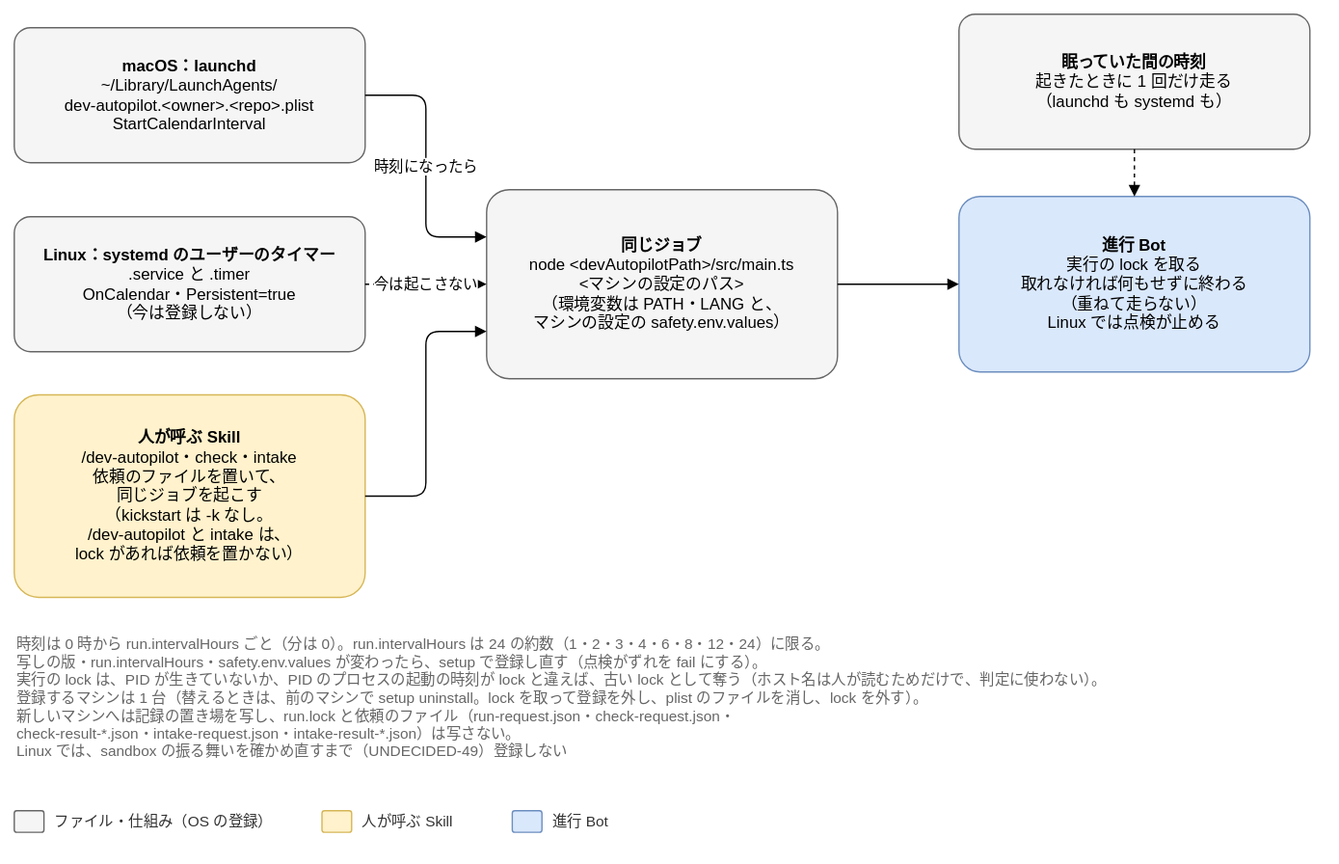
The draw.io diagram docs/design/basic/diagrams/04-schedule.drawio.svg in Joymerrevent/dev-autopilot, before a commit. Source tidied: cells renumbered, new cells last; positions are measured from the earlier drawing's top-left corner, leaving out a move shared by most shapes. The source it was exported from:
```xml
<mxGraphModel background="#ffffff">
  <root>
    <mxCell id="0" />
    <mxCell id="1" parent="0" />
    <mxCell id="2" value="&lt;b&gt;macOS：launchd&lt;/b&gt;&lt;br&gt;~/Library/LaunchAgents/&lt;br&gt;dev-autopilot.&amp;lt;owner&amp;gt;.&amp;lt;repo&amp;gt;.plist&lt;br&gt;StartCalendarInterval" style="rounded=1;whiteSpace=wrap;html=1;fontSize=12;arcSize=12;spacing=12;fillColor=#f5f5f5;strokeColor=#666666;" parent="1" vertex="1">
      <mxGeometry y="10" width="260" height="100" as="geometry" />
    </mxCell>
    <mxCell id="3" value="&lt;b&gt;Linux：systemd のユーザーのタイマー&lt;/b&gt;&lt;br&gt;.service と .timer&lt;br&gt;OnCalendar・Persistent=true&lt;br&gt;（今は登録しない）" style="rounded=1;whiteSpace=wrap;html=1;fontSize=12;arcSize=12;spacing=12;fillColor=#f5f5f5;strokeColor=#666666;" parent="1" vertex="1">
      <mxGeometry y="150" width="260" height="100" as="geometry" />
    </mxCell>
    <mxCell id="4" value="&lt;b&gt;人が呼ぶ Skill&lt;/b&gt;&lt;br&gt;/dev-autopilot・check・intake&lt;br&gt;依頼のファイルを置いて、&lt;br&gt;同じジョブを起こす&lt;br&gt;（kickstart は -k なし。&lt;br&gt;/dev-autopilot と intake は、&lt;br&gt;lock があれば依頼を置かない）" style="rounded=1;whiteSpace=wrap;html=1;fontSize=12;arcSize=12;spacing=12;fillColor=#fff2cc;strokeColor=#d6b656;" parent="1" vertex="1">
      <mxGeometry y="282" width="260" height="150" as="geometry" />
    </mxCell>
    <mxCell id="5" value="&lt;b&gt;同じジョブ&lt;/b&gt;&lt;br&gt;node &amp;lt;devAutopilotPath&amp;gt;/src/main.ts&lt;br&gt;&amp;lt;マシンの設定のパス&amp;gt;&lt;br&gt;（環境変数は PATH・LANG と、&lt;br&gt;マシンの設定の safety.env.values）" style="rounded=1;whiteSpace=wrap;html=1;fontSize=12;arcSize=12;spacing=12;fillColor=#f5f5f5;strokeColor=#666666;" parent="1" vertex="1">
      <mxGeometry x="350" y="130" width="260" height="140" as="geometry" />
    </mxCell>
    <mxCell id="6" value="時刻になったら" style="edgeStyle=orthogonalEdgeStyle;rounded=1;html=1;endArrow=block;endFill=1;fontSize=11;labelBackgroundColor=#ffffff;exitX=1;exitY=0.5;exitDx=0;exitDy=0;entryX=0;entryY=0.25;entryDx=0;entryDy=0;" parent="1" edge="1" source="2" target="5">
      <mxGeometry relative="1" as="geometry" />
    </mxCell>
    <mxCell id="7" value="今は起こさない" style="edgeStyle=orthogonalEdgeStyle;rounded=1;html=1;endArrow=block;endFill=1;fontSize=11;labelBackgroundColor=#ffffff;exitX=1;exitY=0.5;exitDx=0;exitDy=0;entryX=0;entryY=0.5;entryDx=0;entryDy=0;dashed=1;" parent="1" edge="1" source="3" target="5">
      <mxGeometry relative="1" as="geometry" />
    </mxCell>
    <mxCell id="8" style="edgeStyle=orthogonalEdgeStyle;rounded=1;html=1;endArrow=block;endFill=1;fontSize=11;labelBackgroundColor=#ffffff;exitX=1;exitY=0.5;exitDx=0;exitDy=0;entryX=0;entryY=0.75;entryDx=0;entryDy=0;" parent="1" edge="1" source="4" target="5">
      <mxGeometry relative="1" as="geometry" />
    </mxCell>
    <mxCell id="9" value="&lt;b&gt;進行 Bot&lt;/b&gt;&lt;br&gt;実行の lock を取る&lt;br&gt;取れなければ何もせずに終わる&lt;br&gt;（重ねて走らない）&lt;br&gt;Linux では点検が止める" style="rounded=1;whiteSpace=wrap;html=1;fontSize=12;arcSize=12;spacing=12;fillColor=#dae8fc;strokeColor=#6c8ebf;" parent="1" vertex="1">
      <mxGeometry x="700" y="135" width="260" height="130" as="geometry" />
    </mxCell>
    <mxCell id="10" style="edgeStyle=orthogonalEdgeStyle;rounded=1;html=1;endArrow=block;endFill=1;fontSize=11;labelBackgroundColor=#ffffff;exitX=1;exitY=0.5;exitDx=0;exitDy=0;entryX=0;entryY=0.5;entryDx=0;entryDy=0;" parent="1" edge="1" source="5" target="9">
      <mxGeometry relative="1" as="geometry" />
    </mxCell>
    <mxCell id="11" value="&lt;b&gt;眠っていた間の時刻&lt;/b&gt;&lt;br&gt;起きたときに 1 回だけ走る&lt;br&gt;（launchd も systemd も）" style="rounded=1;whiteSpace=wrap;html=1;fontSize=12;arcSize=12;spacing=12;fillColor=#f5f5f5;strokeColor=#666666;" parent="1" vertex="1">
      <mxGeometry x="700" width="260" height="100" as="geometry" />
    </mxCell>
    <mxCell id="12" style="edgeStyle=orthogonalEdgeStyle;rounded=1;html=1;endArrow=block;endFill=1;fontSize=11;labelBackgroundColor=#ffffff;dashed=1;exitX=0.5;exitY=1;exitDx=0;exitDy=0;entryX=0.5;entryY=0;entryDx=0;entryDy=0;" parent="1" edge="1" source="11" target="9">
      <mxGeometry relative="1" as="geometry" />
    </mxCell>
    <mxCell id="13" value="時刻は 0 時から run.intervalHours ごと（分は 0）。run.intervalHours は 24 の約数（1・2・3・4・6・8・12・24）に限る。&lt;br&gt;写しの版・run.intervalHours・safety.env.values が変わったら、setup で登録し直す（点検がずれを fail にする）。&lt;br&gt;実行の lock は、PID が生きていないか、PID のプロセスの起動の時刻が lock と違えば、古い lock として奪う（ホスト名は人が読むためだけで、判定に使わない）。&lt;br&gt;登録するマシンは 1 台（替えるときは、前のマシンで setup uninstall。lock を取って登録を外し、plist のファイルを消し、lock を外す）。&lt;br&gt;新しいマシンへは記録の置き場を写し、run.lock と依頼のファイル（run-request.json・check-request.json・&lt;br&gt;check-result-*.json・intake-request.json・intake-result-*.json）は写さない。&lt;br&gt;Linux では、sandbox の振る舞いを確かめ直すまで（UNDECIDED-49）登録しない" style="text;html=1;whiteSpace=wrap;align=left;verticalAlign=top;fontSize=11;fontColor=#666666;" parent="1" vertex="1">
      <mxGeometry y="454" width="960" height="118" as="geometry" />
    </mxCell>
    <mxCell id="14" style="rounded=1;whiteSpace=wrap;html=1;fontSize=12;arcSize=12;spacing=12;fillColor=#f5f5f5;strokeColor=#666666;" parent="1" vertex="1">
      <mxGeometry y="590" width="22" height="16" as="geometry" />
    </mxCell>
    <mxCell id="15" value="ファイル・仕組み（OS の登録）" style="text;html=1;align=left;verticalAlign=middle;fontSize=11;fontColor=#333333;" parent="1" vertex="1">
      <mxGeometry x="28" y="588" width="184" height="20" as="geometry" />
    </mxCell>
    <mxCell id="16" style="rounded=1;whiteSpace=wrap;html=1;fontSize=12;arcSize=12;spacing=12;fillColor=#fff2cc;strokeColor=#d6b656;" parent="1" vertex="1">
      <mxGeometry x="228" y="590" width="22" height="16" as="geometry" />
    </mxCell>
    <mxCell id="17" value="人が呼ぶ Skill" style="text;html=1;align=left;verticalAlign=middle;fontSize=11;fontColor=#333333;" parent="1" vertex="1">
      <mxGeometry x="256" y="588" width="97" height="20" as="geometry" />
    </mxCell>
    <mxCell id="18" style="rounded=1;whiteSpace=wrap;html=1;fontSize=12;arcSize=12;spacing=12;fillColor=#dae8fc;strokeColor=#6c8ebf;" parent="1" vertex="1">
      <mxGeometry x="369" y="590" width="22" height="16" as="geometry" />
    </mxCell>
    <mxCell id="19" value="進行 Bot" style="text;html=1;align=left;verticalAlign=middle;fontSize=11;fontColor=#333333;" parent="1" vertex="1">
      <mxGeometry x="397" y="588" width="59" height="20" as="geometry" />
    </mxCell>
  </root>
</mxGraphModel>
```
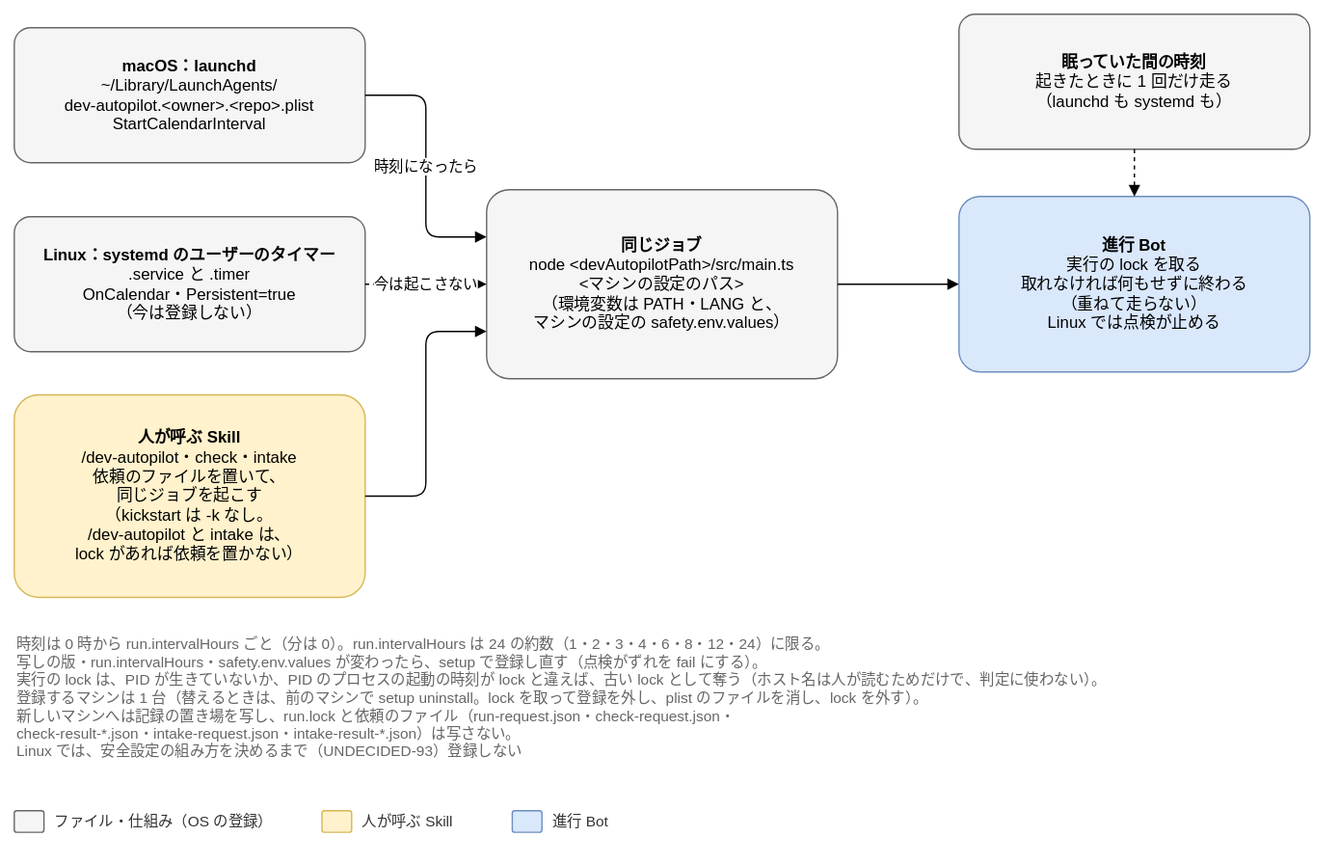
Above is the later version.

Commit message:
docs(design): 基本設計の Linux の扱いを FACT-82〜87 と UNDECIDED-93 に合わせる

03 の安全設定の表の allowRead に、Linux で書ける場所の祖先を入れると Bash が
止まることを足し、止めたときの残り方に FACT-87 を書く。04 と図 04-schedule の
Linux の文を、UNDECIDED-49 から UNDECIDED-93 に直す。

Claude-Session: https://claude.ai/code/session_01LvmXQKtqBk1ABFg8BQJo1c

The edit, as a diff of the source:
```diff
@@ -35,7 +35,7 @@
     <mxCell id="12" style="edgeStyle=orthogonalEdgeStyle;rounded=1;html=1;endArrow=block;endFill=1;fontSize=11;labelBackgroundColor=#ffffff;dashed=1;exitX=0.5;exitY=1;exitDx=0;exitDy=0;entryX=0.5;entryY=0;entryDx=0;entryDy=0;" parent="1" edge="1" source="11" target="9">
       <mxGeometry relative="1" as="geometry" />
     </mxCell>
-    <mxCell id="13" value="時刻は 0 時から run.intervalHours ごと（分は 0）。run.intervalHours は 24 の約数（1・2・3・4・6・8・12・24）に限る。&lt;br&gt;写しの版・run.intervalHours・safety.env.values が変わったら、setup で登録し直す（点検がずれを fail にする）。&lt;br&gt;実行の lock は、PID が生きていないか、PID のプロセスの起動の時刻が lock と違えば、古い lock として奪う（ホスト名は人が読むためだけで、判定に使わない）。&lt;br&gt;登録するマシンは 1 台（替えるときは、前のマシンで setup uninstall。lock を取って登録を外し、plist のファイルを消し、lock を外す）。&lt;br&gt;新しいマシンへは記録の置き場を写し、run.lock と依頼のファイル（run-request.json・check-request.json・&lt;br&gt;check-result-*.json・intake-request.json・intake-result-*.json）は写さない。&lt;br&gt;Linux では、sandbox の振る舞いを確かめ直すまで（UNDECIDED-49）登録しない" style="text;html=1;whiteSpace=wrap;align=left;verticalAlign=top;fontSize=11;fontColor=#666666;" parent="1" vertex="1">
+    <mxCell id="13" value="時刻は 0 時から run.intervalHours ごと（分は 0）。run.intervalHours は 24 の約数（1・2・3・4・6・8・12・24）に限る。&lt;br&gt;写しの版・run.intervalHours・safety.env.values が変わったら、setup で登録し直す（点検がずれを fail にする）。&lt;br&gt;実行の lock は、PID が生きていないか、PID のプロセスの起動の時刻が lock と違えば、古い lock として奪う（ホスト名は人が読むためだけで、判定に使わない）。&lt;br&gt;登録するマシンは 1 台（替えるときは、前のマシンで setup uninstall。lock を取って登録を外し、plist のファイルを消し、lock を外す）。&lt;br&gt;新しいマシンへは記録の置き場を写し、run.lock と依頼のファイル（run-request.json・check-request.json・&lt;br&gt;check-result-*.json・intake-request.json・intake-result-*.json）は写さない。&lt;br&gt;Linux では、安全設定の組み方を決めるまで（UNDECIDED-93）登録しない" style="text;html=1;whiteSpace=wrap;align=left;verticalAlign=top;fontSize=11;fontColor=#666666;" parent="1" vertex="1">
       <mxGeometry y="454" width="960" height="118" as="geometry" />
     </mxCell>
     <mxCell id="14" style="rounded=1;whiteSpace=wrap;html=1;fontSize=12;arcSize=12;spacing=12;fillColor=#f5f5f5;strokeColor=#666666;" parent="1" vertex="1">
```
